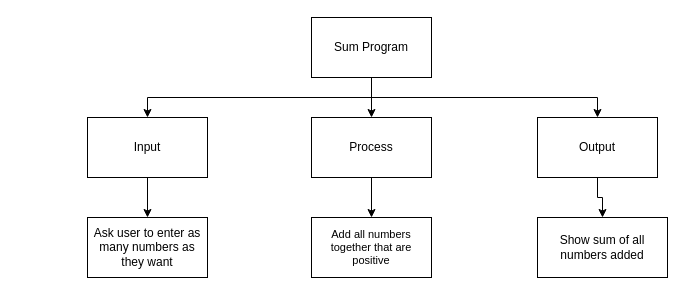
Above: design.drawio in michael-clermont1/ICS3U-Unit4-05-Python (draw.io), before the change. Source tidied: cells renumbered, new cells numbered last; positions are measured from the earlier drawing's top-left corner, leaving out a move shared by most shapes. Both pictures are drawn from the tidied source at 100%, with x=0, y=0 at pixel (87, 17).
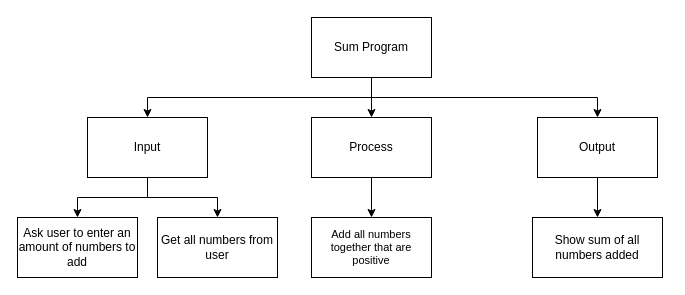
Above is the later version.

The change refers to these unchanged cells:
```xml
<mxCell id="7" value="Input" style="rounded=0;whiteSpace=wrap;html=1;" parent="1" vertex="1">
  <mxGeometry y="100" width="120" height="60" as="geometry" />
</mxCell>
```

The edit, as a diff of the source:
```diff
@@
+    <mxCell id="15" style="edgeStyle=orthogonalEdgeStyle;html=1;entryX=0.5;entryY=0;entryDx=0;entryDy=0;rounded=0;" parent="1" edge="1" source="7" target="16">
+      <mxGeometry relative="1" as="geometry" />
+    </mxCell>
@@
-    <mxCell id="12" value="Ask user to enter as many numbers as they want" style="rounded=0;whiteSpace=wrap;html=1;" parent="1" vertex="1">
-      <mxGeometry y="200" width="120" height="60" as="geometry" />
+    <mxCell id="12" value="Ask user to enter an amount of numbers to add" style="rounded=0;whiteSpace=wrap;html=1;" parent="1" vertex="1">
+      <mxGeometry x="-70" y="200" width="120" height="60" as="geometry" />
     </mxCell>
@@
     <mxCell id="14" value="Show sum of all numbers added" style="rounded=0;whiteSpace=wrap;html=1;" parent="1" vertex="1">
-      <mxGeometry x="450" y="200" width="130" height="60" as="geometry" />
+      <mxGeometry x="445" y="200" width="130" height="60" as="geometry" />
     </mxCell>
+    <mxCell id="16" value="Get all numbers from user" style="rounded=0;whiteSpace=wrap;html=1;" parent="1" vertex="1">
+      <mxGeometry x="70" y="200" width="120" height="60" as="geometry" />
+    </mxCell>
```
